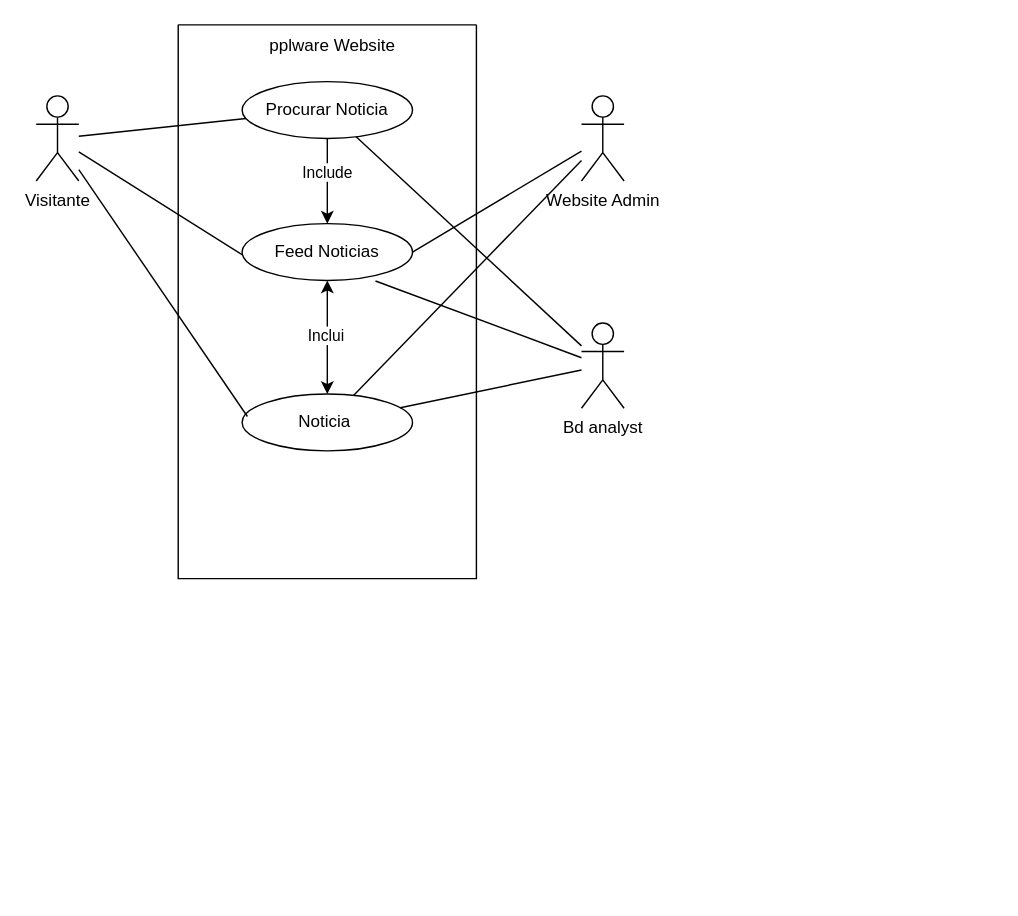
Above: Diagrama sem nome.drawio in kykonN/CESAE_Softdev (draw.io), before the change. Source tidied: cells renumbered, new cells numbered last; positions are measured from the earlier drawing's top-left corner, leaving out a move shared by most shapes. Both pictures are drawn from the tidied source at 142%, with x=0, y=0 at pixel (36, 24).
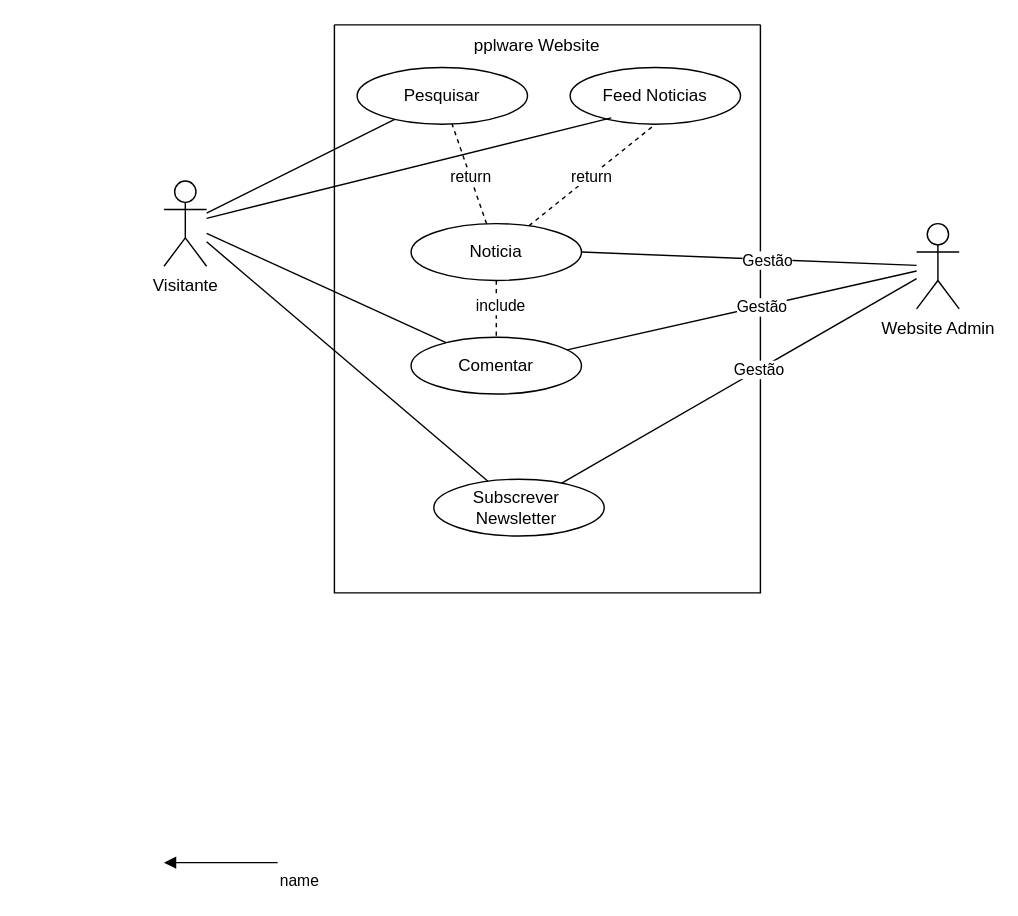
The same page after the edit.

The change refers to these unchanged cells:
```xml
<mxCell id="14" style="endArrow=none;html=1;rounded=0;exitX=1;exitY=0.5;exitDx=0;exitDy=0;" parent="1" edge="1" source="6" target="13">
  <mxGeometry relative="1" as="geometry" />
</mxCell>
```

The edit, as a diff of the source:
```diff
@@
     <mxCell id="2" value="Visitante" style="shape=umlActor;verticalLabelPosition=bottom;verticalAlign=top;html=1;outlineConnect=0;" parent="1" vertex="1">
-      <mxGeometry y="50" width="30" height="60" as="geometry" />
+      <mxGeometry x="90" y="110" width="30" height="60" as="geometry" />
     </mxCell>
-    <mxCell id="3" style="endArrow=none;html=1;rounded=0;entryX=0.031;entryY=0.605;entryDx=0;entryDy=0;entryPerimeter=0;" parent="1" edge="1" source="2" target="6">
-      <mxGeometry relative="1" as="geometry" />
-    </mxCell>
     <mxCell id="4" style="swimlane;startSize=0;" parent="1" vertex="1">
-      <mxGeometry x="100" width="210" height="390" as="geometry" />
+      <mxGeometry x="210" width="300" height="400" as="geometry" />
     </mxCell>
     <mxCell id="5" value="pplware Website&amp;nbsp;" style="text;html=1;align=center;verticalAlign=middle;strokeColor=none;fillColor=none;" parent="4" vertex="1">
-      <mxGeometry x="50" width="120" height="30" as="geometry" />
+      <mxGeometry x="84" width="120" height="30" as="geometry" />
     </mxCell>
-    <mxCell id="6" value="Feed Noticias" style="ellipse;whiteSpace=wrap;html=1;" parent="4" vertex="1">
-      <mxGeometry x="45" y="140" width="120" height="40" as="geometry" />
+    <mxCell id="6" value="Noticia" style="ellipse;whiteSpace=wrap;html=1;" parent="4" vertex="1">
+      <mxGeometry x="54" y="140" width="120" height="40" as="geometry" />
     </mxCell>
-    <mxCell id="7" value="Noticia&amp;nbsp;" style="ellipse;whiteSpace=wrap;html=1;" parent="4" vertex="1">
-      <mxGeometry x="45" y="260" width="120" height="40" as="geometry" />
-    </mxCell>
-    <mxCell id="8" style="endArrow=classic;startArrow=classic;html=1;rounded=0;" parent="4" edge="1" source="7" target="6">
-      <mxGeometry relative="1" as="geometry" />
-    </mxCell>
-    <mxCell id="9" value="Inclui" style="edgeLabel;html=1;align=center;verticalAlign=middle;" parent="8" vertex="1">
-      <mxGeometry x="0.04" y="2" relative="1" as="geometry" />
-    </mxCell>
-    <mxCell id="10" value="Procurar Noticia" style="ellipse;whiteSpace=wrap;html=1;" parent="4" vertex="1">
-      <mxGeometry x="45" y="40" width="120" height="40" as="geometry" />
+    <mxCell id="10" value="Pesquisar" style="ellipse;whiteSpace=wrap;html=1;" parent="4" vertex="1">
+      <mxGeometry x="16" y="30" width="120" height="40" as="geometry" />
     </mxCell>
-    <mxCell id="11" style="endArrow=classic;html=1;rounded=0;" parent="4" edge="1" source="10" target="6">
-      <mxGeometry relative="1" as="geometry" />
-    </mxCell>
-    <mxCell id="12" value="Include" style="edgeLabel;html=1;align=center;verticalAlign=middle;" parent="11" vertex="1">
-      <mxGeometry x="-0.24" y="-1" relative="1" as="geometry" />
-    </mxCell>
+    <mxCell id="22" value="Subscrever&amp;nbsp;&lt;br&gt;Newsletter&amp;nbsp;" style="ellipse;whiteSpace=wrap;html=1;" parent="4" vertex="1">
+      <mxGeometry x="70" y="320" width="120" height="40" as="geometry" />
+    </mxCell>
+    <mxCell id="23" value="Comentar" style="ellipse;whiteSpace=wrap;html=1;" parent="4" vertex="1">
+      <mxGeometry x="54" y="220" width="120" height="40" as="geometry" />
+    </mxCell>
+    <mxCell id="24" style="endArrow=none;dashed=1;html=1;rounded=0;" parent="4" edge="1" source="6" target="10">
+      <mxGeometry relative="1" as="geometry" />
+    </mxCell>
+    <mxCell id="25" value="return" style="edgeLabel;html=1;align=center;verticalAlign=middle;" parent="24" vertex="1">
+      <mxGeometry x="-0.02" relative="1" as="geometry" />
+    </mxCell>
+    <mxCell id="26" value="Feed Noticias" style="ellipse;whiteSpace=wrap;html=1;" parent="4" vertex="1">
+      <mxGeometry x="166" y="30" width="120" height="40" as="geometry" />
+    </mxCell>
+    <mxCell id="27" style="endArrow=none;dashed=1;html=1;rounded=0;entryX=0.5;entryY=1;entryDx=0;entryDy=0;" parent="4" edge="1" source="6" target="26">
+      <mxGeometry relative="1" as="geometry" />
+    </mxCell>
+    <mxCell id="28" value="return" style="edgeLabel;html=1;align=center;verticalAlign=middle;" parent="27" vertex="1">
+      <mxGeometry x="-0.02" relative="1" as="geometry" />
+    </mxCell>
+    <mxCell id="29" style="endArrow=none;dashed=1;html=1;rounded=0;" parent="4" edge="1" source="6" target="23">
+      <mxGeometry relative="1" as="geometry" />
+    </mxCell>
+    <mxCell id="30" value="include" style="edgeLabel;html=1;align=center;verticalAlign=middle;" parent="29" vertex="1">
+      <mxGeometry x="-0.13" y="2" relative="1" as="geometry" />
+    </mxCell>
     <mxCell id="13" value="Website Admin" style="shape=umlActor;verticalLabelPosition=bottom;verticalAlign=top;html=1;outlineConnect=0;" parent="1" vertex="1">
-      <mxGeometry x="384" y="50" width="30" height="60" as="geometry" />
+      <mxGeometry x="620" y="140" width="30" height="60" as="geometry" />
     </mxCell>
@@
+    <mxCell id="31" value="Gestão" style="edgeLabel;html=1;align=center;verticalAlign=middle;" parent="14" vertex="1">
+      <mxGeometry x="0.11" relative="1" as="geometry" />
+    </mxCell>
-    <mxCell id="15" style="endArrow=none;html=1;rounded=0;entryX=0.031;entryY=0.395;entryDx=0;entryDy=0;entryPerimeter=0;" parent="1" edge="1" source="2" target="7">
+    <mxCell id="15" style="endArrow=none;html=1;rounded=0;" parent="1" edge="1" source="2" target="23">
       <mxGeometry relative="1" as="geometry" />
     </mxCell>
-    <mxCell id="16" style="endArrow=none;html=1;rounded=0;" parent="1" edge="1" source="13" target="7">
-      <mxGeometry relative="1" as="geometry" />
-    </mxCell>
-    <mxCell id="17" style="endArrow=none;html=1;rounded=0;" parent="1" edge="1" source="7" target="18">
-      <mxGeometry relative="1" as="geometry" />
-    </mxCell>
-    <mxCell id="18" value="Bd analyst" style="shape=umlActor;verticalLabelPosition=bottom;verticalAlign=top;html=1;outlineConnect=0;" parent="1" vertex="1">
-      <mxGeometry x="384" y="210" width="30" height="60" as="geometry" />
-    </mxCell>
-    <mxCell id="19" style="endArrow=none;html=1;rounded=0;exitX=0.783;exitY=1.01;exitDx=0;exitDy=0;exitPerimeter=0;" parent="1" edge="1" source="6" target="18">
-      <mxGeometry relative="1" as="geometry" />
-    </mxCell>
-    <mxCell id="20" style="endArrow=none;html=1;rounded=0;" parent="1" edge="1" source="10" target="18">
-      <mxGeometry relative="1" as="geometry" />
-    </mxCell>
@@
+    <mxCell id="32" style="endArrow=none;html=1;rounded=0;exitX=0.241;exitY=0.888;exitDx=0;exitDy=0;exitPerimeter=0;" parent="1" edge="1" source="26" target="2">
+      <mxGeometry relative="1" as="geometry" />
+    </mxCell>
+    <mxCell id="33" style="endArrow=none;html=1;rounded=0;" parent="1" edge="1" source="2" target="22">
+      <mxGeometry relative="1" as="geometry" />
+    </mxCell>
+    <mxCell id="34" style="endArrow=none;html=1;rounded=0;" parent="1" edge="1" source="23" target="13">
+      <mxGeometry relative="1" as="geometry" />
+    </mxCell>
+    <mxCell id="35" value="Gestão" style="edgeLabel;html=1;align=center;verticalAlign=middle;" parent="34" vertex="1">
+      <mxGeometry x="0.11" relative="1" as="geometry" />
+    </mxCell>
+    <mxCell id="36" style="endArrow=none;html=1;rounded=0;" parent="1" edge="1" source="22" target="13">
+      <mxGeometry relative="1" as="geometry" />
+    </mxCell>
+    <mxCell id="37" value="Gestão" style="edgeLabel;html=1;align=center;verticalAlign=middle;" parent="36" vertex="1">
+      <mxGeometry x="0.11" relative="1" as="geometry" />
+    </mxCell>
+    <mxCell id="38" value="name" style="endArrow=block;endFill=1;html=1;edgeStyle=orthogonalEdgeStyle;align=left;verticalAlign=top;rounded=0;" parent="1" edge="1">
+      <mxGeometry x="-1" relative="1" as="geometry">
+        <mxPoint x="170" y="590" as="sourcePoint" />
+        <mxPoint x="90" y="590" as="targetPoint" />
+      </mxGeometry>
+    </mxCell>
```
